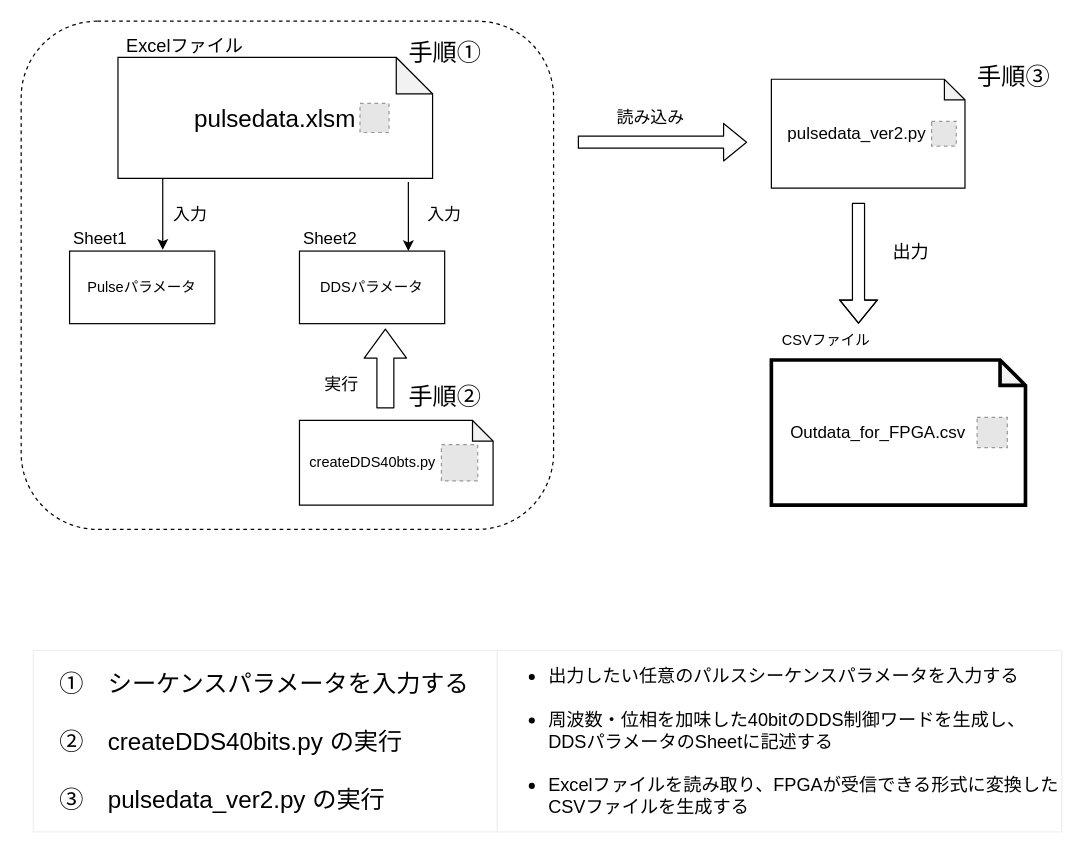
Before: Pulseprogramer/ver2/相関図.dio in parupappa/Pine64-python--pulse, a draw.io diagram. Source tidied: cells renumbered, new cells numbered last; positions are measured from the earlier drawing's top-left corner, leaving out a move shared by most shapes. Both pictures are drawn from the tidied source at 121%, with x=0, y=0 at pixel (21, 21). Pictures stored in the file or linked from it are replaced by grey dashed boxes.
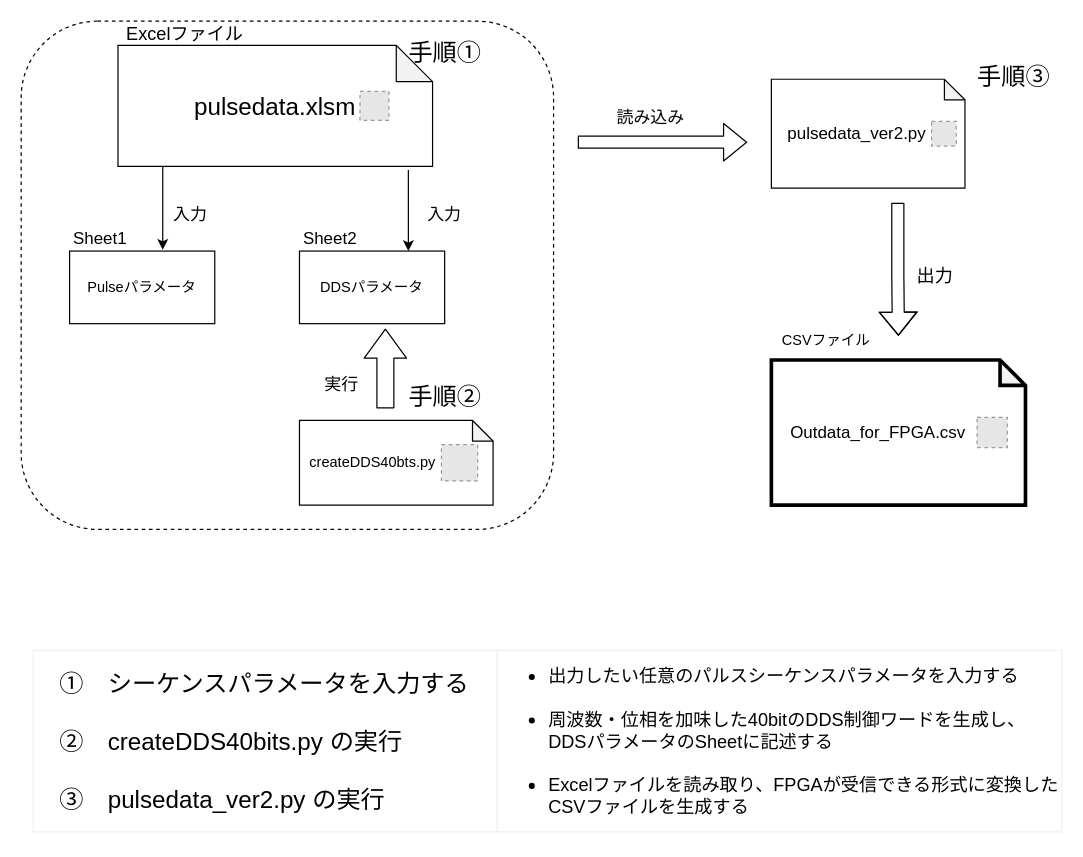
The same page after the edit.

The change refers to these unchanged cells:
```xml
<mxCell id="18" value="&lt;font style=&quot;font-size: 20px&quot;&gt;pulsedata.xlsm&lt;/font&gt;" style="shape=note;whiteSpace=wrap;html=1;backgroundOutline=1;darkOpacity=0.05;" parent="17" vertex="1">
  <mxGeometry x="-10" y="20" width="260" height="100" as="geometry" />
</mxCell>
```

What changed in the source:
```diff
@@
-    <mxCell id="9" style="edgeStyle=orthogonalEdgeStyle;rounded=0;jettySize=auto;html=1;exitX=0.5;exitY=1;exitDx=0;exitDy=0;exitPerimeter=0;" parent="1" edge="1" source="18">
+    <mxCell id="9" style="edgeStyle=orthogonalEdgeStyle;rounded=0;jettySize=auto;html=1;exitX=0.15;exitY=0.99;exitDx=0;exitDy=0;exitPerimeter=0;" parent="1" edge="1" source="18">
       <mxGeometry relative="1" as="geometry">
         <mxPoint x="117" y="189" as="targetPoint" />
         <Array as="points">
-          <mxPoint x="117" y="130" />
+          <mxPoint x="117" y="119" />
         </Array>
       </mxGeometry>
     </mxCell>
@@
     <mxCell id="16" style="group;" parent="1" vertex="1">
-      <mxGeometry x="90" y="10" width="260" height="120" as="geometry" />
+      <mxGeometry x="90" width="260" height="120" as="geometry" />
     </mxCell>
@@
     <mxCell id="30" style="shape=flexArrow;endArrow=classic;html=1;fontSize=12;" parent="1" edge="1">
       <mxGeometry relative="1" as="geometry">
-        <mxPoint x="692" y="150" as="sourcePoint" />
-        <mxPoint x="692" y="250" as="targetPoint" />
+        <mxPoint x="724.5" y="150" as="sourcePoint" />
+        <mxPoint x="725" y="260" as="targetPoint" />
         <Array as="points">
-          <mxPoint x="692" y="210" />
+          <mxPoint x="724.5" y="190" />
+          <mxPoint x="724.5" y="210" />
         </Array>
       </mxGeometry>
     </mxCell>
     <mxCell id="31" value="&lt;span style=&quot;font-size: 15px&quot;&gt;出力&lt;/span&gt;" style="text;html=1;align=center;verticalAlign=middle;fontSize=12;" parent="1" vertex="1">
-      <mxGeometry x="710" y="180" width="50" height="20" as="geometry" />
+      <mxGeometry x="730" y="200" width="50" height="20" as="geometry" />
     </mxCell>
```
